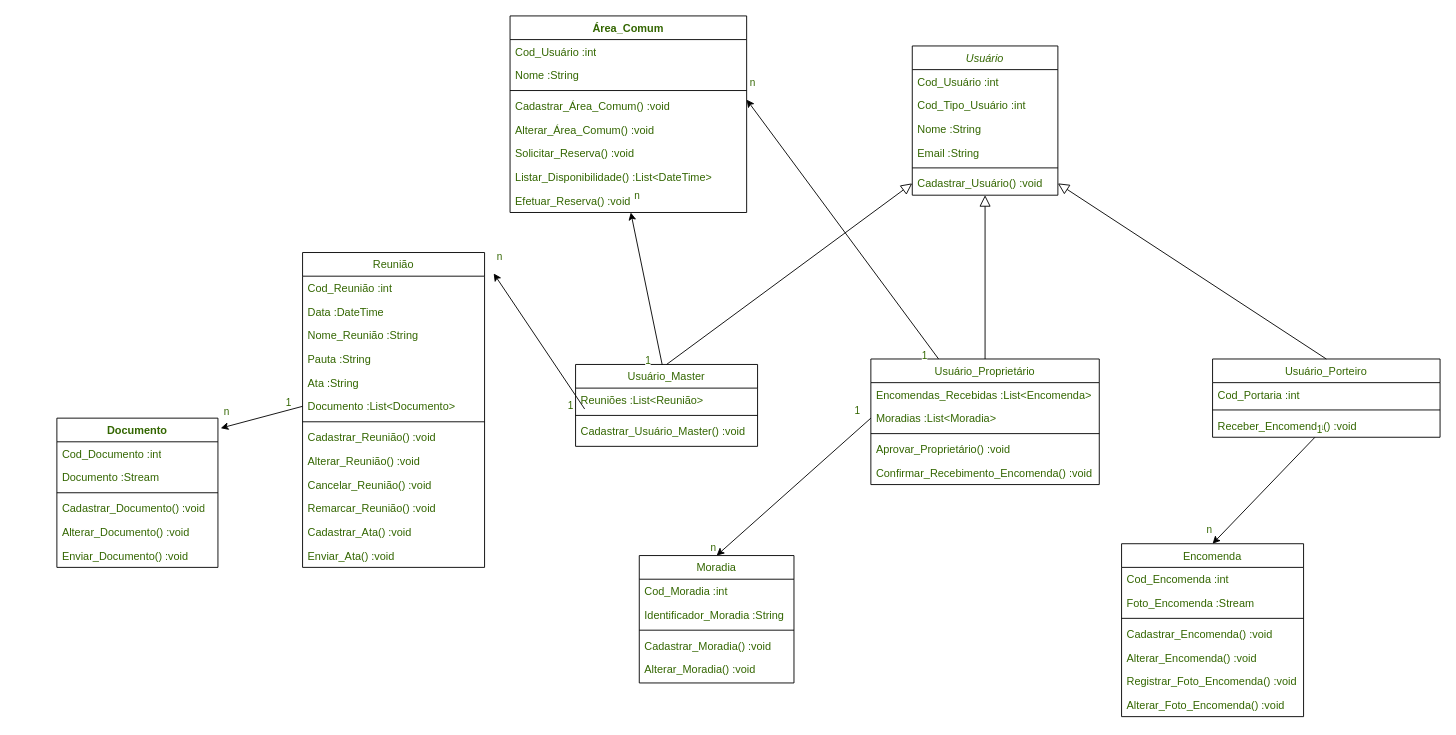
The draw.io diagram page "Diagrama de Classes" (1 of 3) of Diagrama sem nome.drawio in ICEI-PUC-Minas-PMV-ADS/pmv-ads-2023-1-e2-proj-int-t3-pmv-ads-2023-1-e3-proj-int-t3-time3-ci, before the edit. Source tidied: cells renumbered, new cells numbered last; positions are measured from the earlier drawing's top-left corner, leaving out a move shared by most shapes. Both pictures are drawn from the tidied source at 91%, with x=0, y=0 at pixel (56, 15).
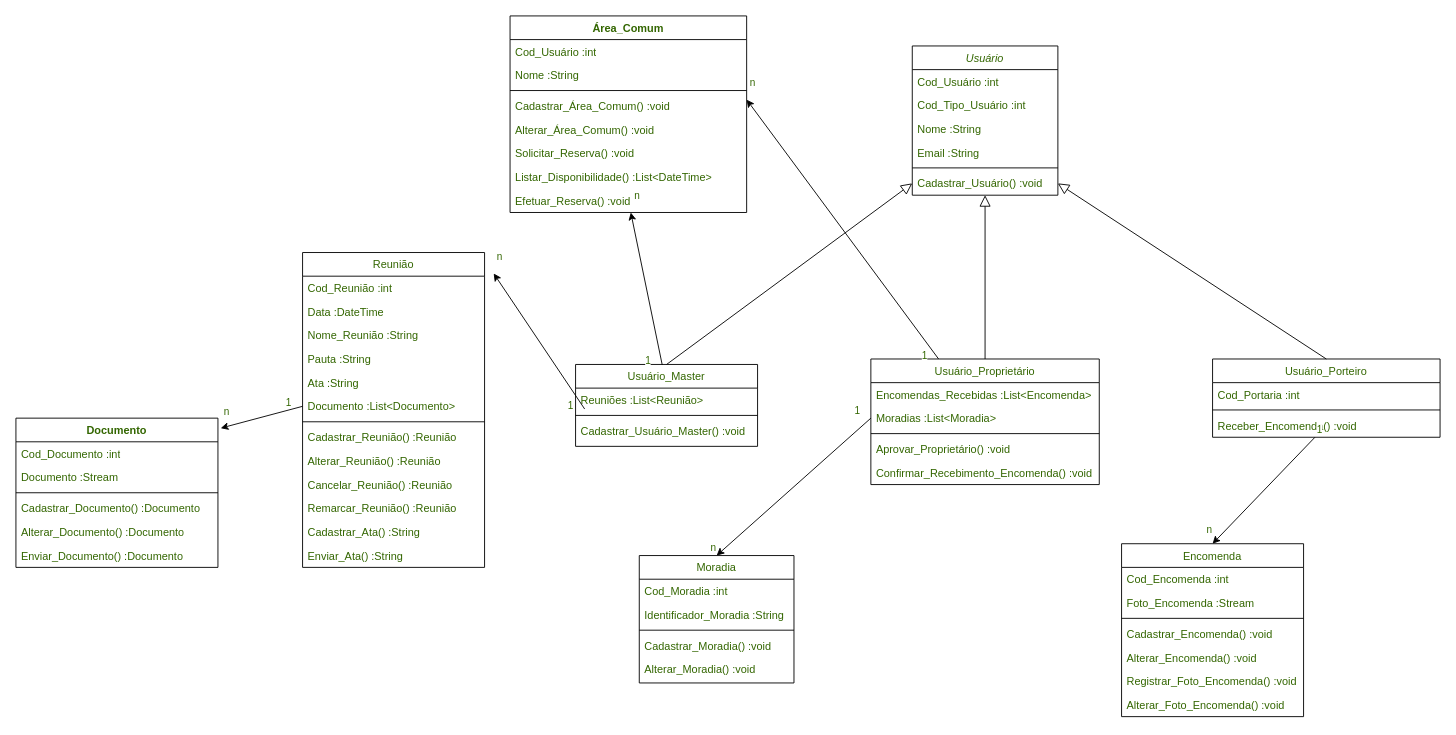
The same diagram, later.

Unchanged cells that the change refers to:
```xml
<mxCell id="28" value="Reunião" style="swimlane;fontStyle=0;align=center;verticalAlign=top;horizontal=1;startSize=26;rounded=0;shadow=0;strokeWidth=1;fontColor=#336600;" parent="1" vertex="1">
  <mxGeometry x="270" y="260" width="200" height="346" as="geometry" />
</mxCell>
```

The edit, as a diff of the source:
```diff
@@
-    <mxCell id="36" value="Cadastrar_Reunião() :void" style="text;align=left;verticalAlign=top;spacingLeft=4;spacingRight=4;overflow=hidden;fontColor=#336600;" parent="28" vertex="1">
+    <mxCell id="36" value="Cadastrar_Reunião() :Reunião" style="text;align=left;verticalAlign=top;spacingLeft=4;spacingRight=4;overflow=hidden;fontColor=#336600;" parent="28" vertex="1">
       <mxGeometry y="190" width="200" height="26" as="geometry" />
     </mxCell>
-    <mxCell id="37" value="Alterar_Reunião() :void" style="text;align=left;verticalAlign=top;spacingLeft=4;spacingRight=4;overflow=hidden;fontColor=#336600;" parent="28" vertex="1">
+    <mxCell id="37" value="Alterar_Reunião() :Reunião" style="text;align=left;verticalAlign=top;spacingLeft=4;spacingRight=4;overflow=hidden;fontColor=#336600;" parent="28" vertex="1">
       <mxGeometry y="216" width="200" height="26" as="geometry" />
     </mxCell>
-    <mxCell id="38" value="Cancelar_Reunião() :void" style="text;align=left;verticalAlign=top;spacingLeft=4;spacingRight=4;overflow=hidden;fontColor=#336600;" parent="28" vertex="1">
+    <mxCell id="38" value="Cancelar_Reunião() :Reunião" style="text;align=left;verticalAlign=top;spacingLeft=4;spacingRight=4;overflow=hidden;fontColor=#336600;" parent="28" vertex="1">
       <mxGeometry y="242" width="200" height="26" as="geometry" />
     </mxCell>
-    <mxCell id="39" value="Remarcar_Reunião() :void" style="text;align=left;verticalAlign=top;spacingLeft=4;spacingRight=4;overflow=hidden;fontColor=#336600;" parent="28" vertex="1">
+    <mxCell id="39" value="Remarcar_Reunião() :Reunião" style="text;align=left;verticalAlign=top;spacingLeft=4;spacingRight=4;overflow=hidden;fontColor=#336600;" parent="28" vertex="1">
       <mxGeometry y="268" width="200" height="26" as="geometry" />
     </mxCell>
-    <mxCell id="40" value="Cadastrar_Ata() :void" style="text;align=left;verticalAlign=top;spacingLeft=4;spacingRight=4;overflow=hidden;fontColor=#336600;" parent="28" vertex="1">
+    <mxCell id="40" value="Cadastrar_Ata() :String" style="text;align=left;verticalAlign=top;spacingLeft=4;spacingRight=4;overflow=hidden;fontColor=#336600;" parent="28" vertex="1">
       <mxGeometry y="294" width="200" height="26" as="geometry" />
     </mxCell>
-    <mxCell id="41" value="Enviar_Ata() :void" style="text;align=left;verticalAlign=top;spacingLeft=4;spacingRight=4;overflow=hidden;fontColor=#336600;" parent="28" vertex="1">
+    <mxCell id="41" value="Enviar_Ata() :String" style="text;align=left;verticalAlign=top;spacingLeft=4;spacingRight=4;overflow=hidden;fontColor=#336600;" parent="28" vertex="1">
       <mxGeometry y="320" width="200" height="26" as="geometry" />
     </mxCell>
@@
     <mxCell id="69" value="Documento" style="swimlane;fontStyle=1;align=center;verticalAlign=top;horizontal=1;startSize=26;whiteSpace=wrap;html=1;fontColor=#336600;" parent="1" vertex="1">
-      <mxGeometry y="442" width="177" height="164" as="geometry" />
+      <mxGeometry x="-45" y="442" width="222" height="164" as="geometry" />
     </mxCell>
     <mxCell id="70" value="Cod_Documento :int" style="text;strokeColor=none;fillColor=none;align=left;verticalAlign=top;spacingLeft=4;spacingRight=4;overflow=hidden;whiteSpace=wrap;html=1;fontColor=#336600;" parent="69" vertex="1">
-      <mxGeometry y="26" width="177" height="26" as="geometry" />
+      <mxGeometry y="26" width="222" height="26" as="geometry" />
     </mxCell>
     <mxCell id="71" value="Documento :Stream" style="text;strokeColor=none;fillColor=none;align=left;verticalAlign=top;spacingLeft=4;spacingRight=4;overflow=hidden;whiteSpace=wrap;html=1;fontColor=#336600;" parent="69" vertex="1">
-      <mxGeometry y="52" width="177" height="26" as="geometry" />
+      <mxGeometry y="52" width="222" height="26" as="geometry" />
     </mxCell>
     <mxCell id="72" style="line;strokeWidth=1;fillColor=none;align=left;verticalAlign=middle;spacingTop=-1;spacingLeft=3;spacingRight=3;labelPosition=right;strokeColor=inherit;fontColor=#336600;" parent="69" vertex="1">
-      <mxGeometry y="78" width="177" height="8" as="geometry" />
+      <mxGeometry y="78" width="222" height="8" as="geometry" />
     </mxCell>
-    <mxCell id="73" value="Cadastrar_Documento() :void" style="text;strokeColor=none;fillColor=none;align=left;verticalAlign=top;spacingLeft=4;spacingRight=4;overflow=hidden;whiteSpace=wrap;html=1;fontColor=#336600;" parent="69" vertex="1">
-      <mxGeometry y="86" width="177" height="26" as="geometry" />
+    <mxCell id="73" value="Cadastrar_Documento() :Documento" style="text;strokeColor=none;fillColor=none;align=left;verticalAlign=top;spacingLeft=4;spacingRight=4;overflow=hidden;whiteSpace=wrap;html=1;fontColor=#336600;" parent="69" vertex="1">
+      <mxGeometry y="86" width="222" height="26" as="geometry" />
     </mxCell>
-    <mxCell id="74" value="Alterar_Documento() :void" style="text;strokeColor=none;fillColor=none;align=left;verticalAlign=top;spacingLeft=4;spacingRight=4;overflow=hidden;whiteSpace=wrap;html=1;fontColor=#336600;" parent="69" vertex="1">
-      <mxGeometry y="112" width="177" height="26" as="geometry" />
+    <mxCell id="74" value="Alterar_Documento() :Documento" style="text;strokeColor=none;fillColor=none;align=left;verticalAlign=top;spacingLeft=4;spacingRight=4;overflow=hidden;whiteSpace=wrap;html=1;fontColor=#336600;" parent="69" vertex="1">
+      <mxGeometry y="112" width="222" height="26" as="geometry" />
     </mxCell>
-    <mxCell id="75" value="Enviar_Documento() :void" style="text;strokeColor=none;fillColor=none;align=left;verticalAlign=top;spacingLeft=4;spacingRight=4;overflow=hidden;whiteSpace=wrap;html=1;fontColor=#336600;" parent="69" vertex="1">
-      <mxGeometry y="138" width="177" height="26" as="geometry" />
+    <mxCell id="75" value="Enviar_Documento() :Documento" style="text;strokeColor=none;fillColor=none;align=left;verticalAlign=top;spacingLeft=4;spacingRight=4;overflow=hidden;whiteSpace=wrap;html=1;fontColor=#336600;" parent="69" vertex="1">
+      <mxGeometry y="138" width="222" height="26" as="geometry" />
     </mxCell>
```
